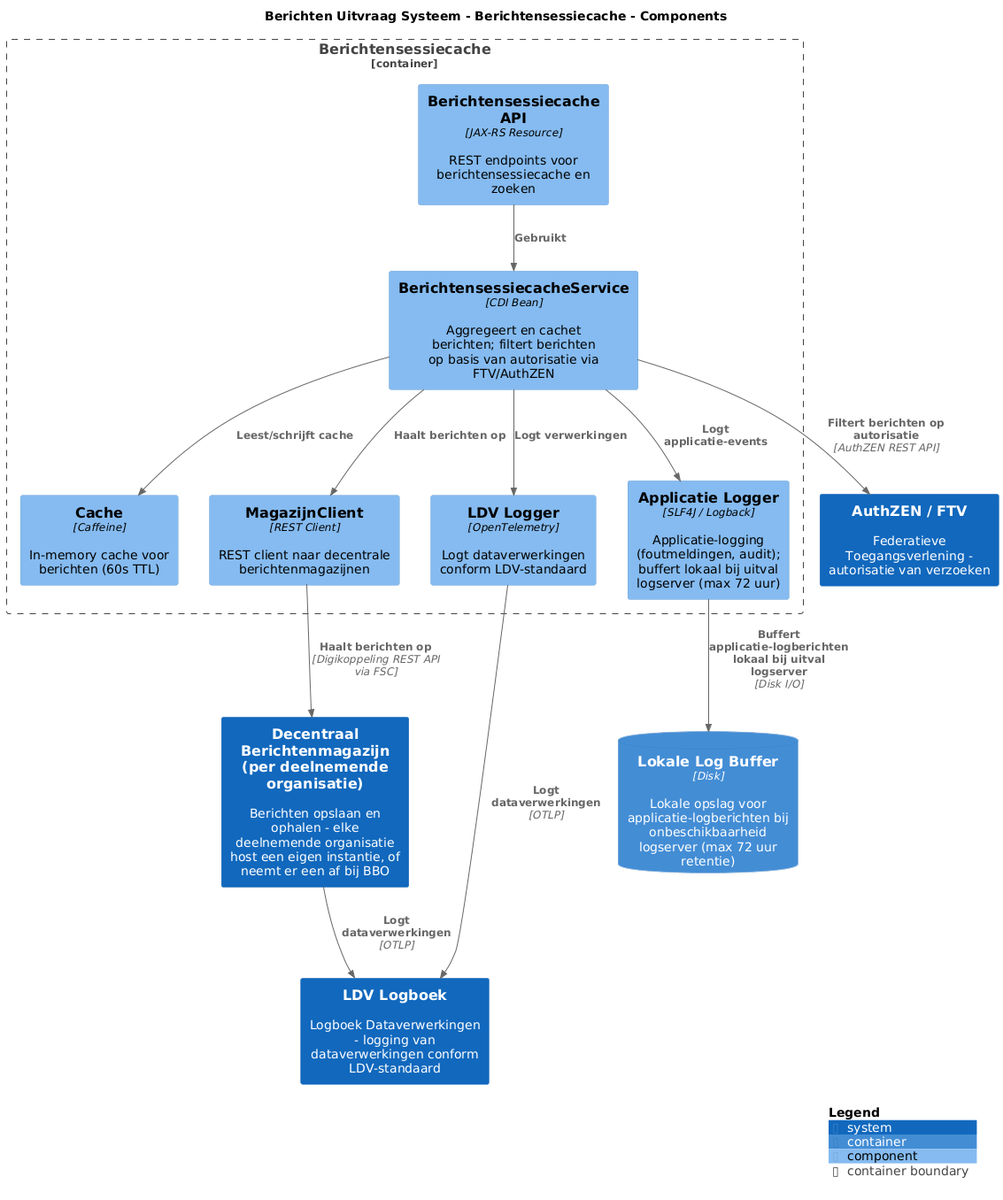
This is pr-preview/pr-16/master/png/BerichtensessiecacheComponenten.png from MinBZK/moza-poc-fbs-berichtenbox, a PlantUML export, as it was before one commit.
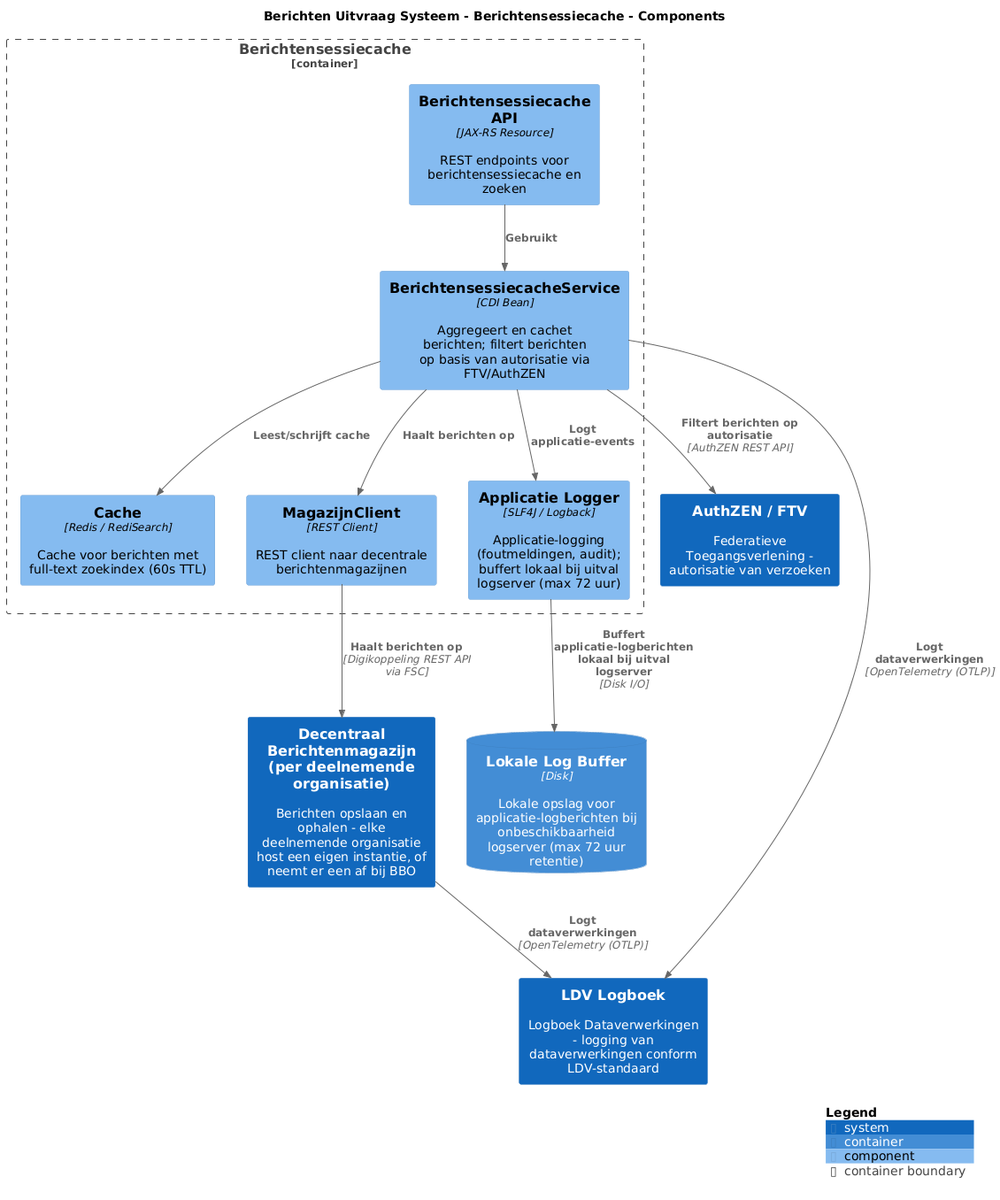
After the commit.

The edit, as a diff of the source:
```diff
@@ -17,22 +17,20 @@
 Container_Boundary("BerichtenUitvraagSysteem.Berichtensessiecache_boundary", "Berichtensessiecache", $tags="") {
   Component(BerichtenUitvraagSysteem.Berichtensessiecache.BerichtensessiecacheAPI, "Berichtensessiecache API", $techn="JAX-RS Resource", $descr="REST endpoints voor berichtensessiecache en zoeken", $tags="", $link="")
   Component(BerichtenUitvraagSysteem.Berichtensessiecache.BerichtensessiecacheService, "BerichtensessiecacheService", $techn="CDI Bean", $descr="Aggregeert en cachet berichten; filtert berichten op basis van autorisatie via FTV/AuthZEN", $tags="", $link="")
-  Component(BerichtenUitvraagSysteem.Berichtensessiecache.Cache, "Cache", $techn="Caffeine", $descr="In-memory cache voor berichten (60s TTL)", $tags="", $link="")
+  Component(BerichtenUitvraagSysteem.Berichtensessiecache.Cache, "Cache", $techn="Redis / RediSearch", $descr="Cache voor berichten met full-text zoekindex (60s TTL)", $tags="", $link="")
   Component(BerichtenUitvraagSysteem.Berichtensessiecache.MagazijnClient, "MagazijnClient", $techn="REST Client", $descr="REST client naar decentrale berichtenmagazijnen", $tags="", $link="")
-  Component(BerichtenUitvraagSysteem.Berichtensessiecache.LDVLogger, "LDV Logger", $techn="OpenTelemetry", $descr="Logt dataverwerkingen conform LDV-standaard", $tags="", $link="")
   Component(BerichtenUitvraagSysteem.Berichtensessiecache.ApplicatieLogger, "Applicatie Logger", $techn="SLF4J / Logback", $descr="Applicatie-logging (foutmeldingen, audit); buffert lokaal bij uitval logserver (max 72 uur)", $tags="", $link="")
 }
 
-Rel(BerichtenUitvraagSysteem.Berichtensessiecache.BerichtensessiecacheService, AuthZENFTV, "Filtert berichten op autorisatie", $techn="AuthZEN REST API", $tags="", $link="")
-Rel(BerichtenUitvraagSysteem.Berichtensessiecache.MagazijnClient, DecentraalBerichtenmagazijnperdeelnemendeorganisatie, "Haalt berichten op", $techn="Digikoppeling REST API via FSC", $tags="", $link="")
-Rel(DecentraalBerichtenmagazijnperdeelnemendeorganisatie, LDVLogboek, "Logt dataverwerkingen", $techn="OTLP", $tags="", $link="")
-Rel(BerichtenUitvraagSysteem.Berichtensessiecache.LDVLogger, LDVLogboek, "Logt dataverwerkingen", $techn="OTLP", $tags="", $link="")
+Rel(BerichtenUitvraagSysteem.Berichtensessiecache.BerichtensessiecacheService, LDVLogboek, "Logt dataverwerkingen", $techn="OpenTelemetry (OTLP)", $tags="", $link="")
 Rel(BerichtenUitvraagSysteem.Berichtensessiecache.BerichtensessiecacheAPI, BerichtenUitvraagSysteem.Berichtensessiecache.BerichtensessiecacheService, "Gebruikt", $techn="", $tags="", $link="")
 Rel(BerichtenUitvraagSysteem.Berichtensessiecache.BerichtensessiecacheService, BerichtenUitvraagSysteem.Berichtensessiecache.Cache, "Leest/schrijft cache", $techn="", $tags="", $link="")
 Rel(BerichtenUitvraagSysteem.Berichtensessiecache.BerichtensessiecacheService, BerichtenUitvraagSysteem.Berichtensessiecache.MagazijnClient, "Haalt berichten op", $techn="", $tags="", $link="")
-Rel(BerichtenUitvraagSysteem.Berichtensessiecache.BerichtensessiecacheService, BerichtenUitvraagSysteem.Berichtensessiecache.LDVLogger, "Logt verwerkingen", $techn="", $tags="", $link="")
 Rel(BerichtenUitvraagSysteem.Berichtensessiecache.BerichtensessiecacheService, BerichtenUitvraagSysteem.Berichtensessiecache.ApplicatieLogger, "Logt applicatie-events", $techn="", $tags="", $link="")
 Rel(BerichtenUitvraagSysteem.Berichtensessiecache.ApplicatieLogger, BerichtenUitvraagSysteem.LokaleLogBuffer, "Buffert applicatie-logberichten lokaal bij uitval logserver", $techn="Disk I/O", $tags="", $link="")
+Rel(BerichtenUitvraagSysteem.Berichtensessiecache.BerichtensessiecacheService, AuthZENFTV, "Filtert berichten op autorisatie", $techn="AuthZEN REST API", $tags="", $link="")
+Rel(BerichtenUitvraagSysteem.Berichtensessiecache.MagazijnClient, DecentraalBerichtenmagazijnperdeelnemendeorganisatie, "Haalt berichten op", $techn="Digikoppeling REST API via FSC", $tags="", $link="")
+Rel(DecentraalBerichtenmagazijnperdeelnemendeorganisatie, LDVLogboek, "Logt dataverwerkingen", $techn="OpenTelemetry (OTLP)", $tags="", $link="")
 
 SHOW_LEGEND(true)
 @enduml
```
